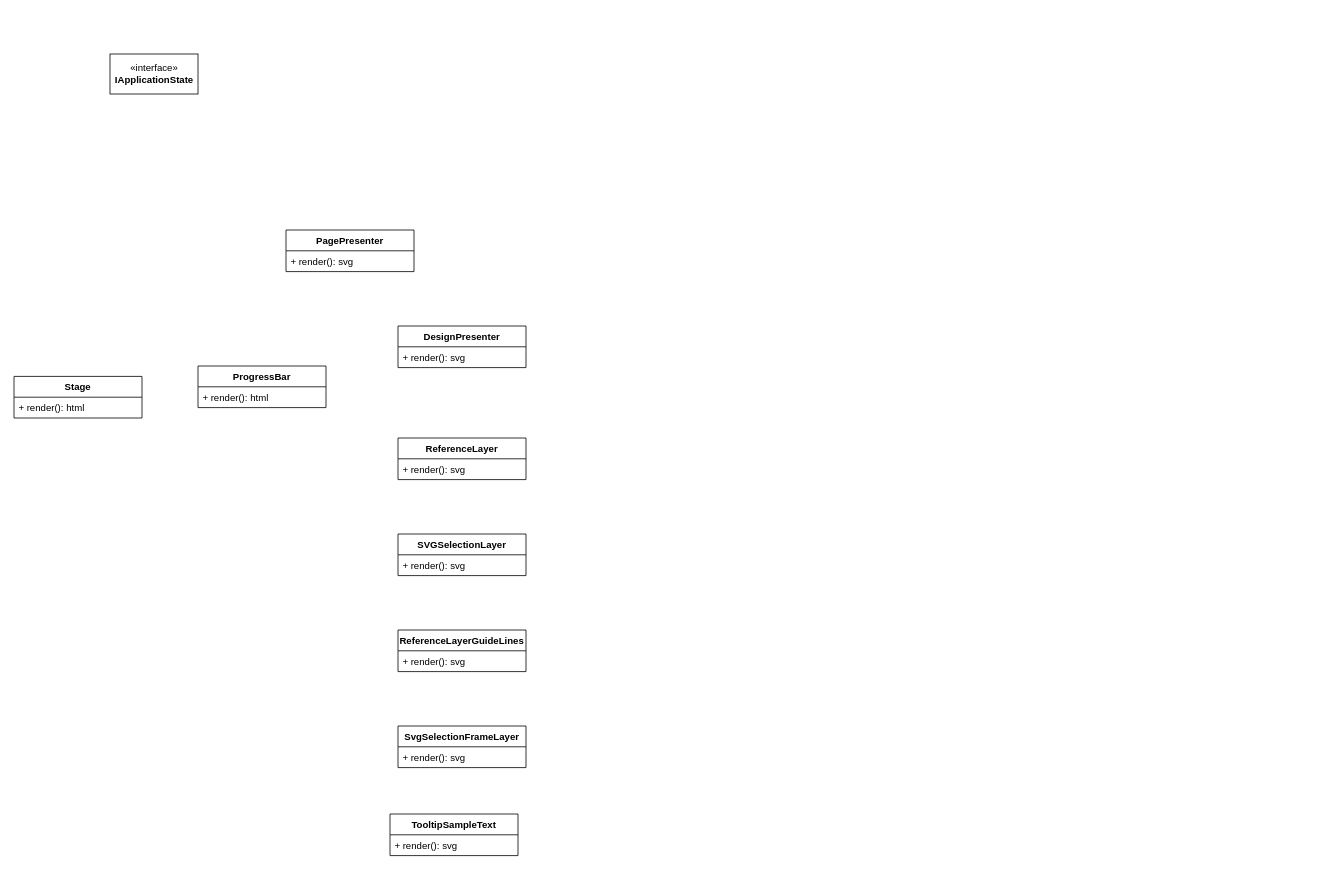
The draw.io diagram Arbeit/diagrams/Ist-Architektur/Designbearbeiten.drawio in albreax/Diplomarbeit, before the edit. Source tidied: cells renumbered, new cells numbered last; positions are measured from the earlier drawing's top-left corner, leaving out a move shared by most shapes. Both pictures are drawn from the tidied source at 80%, with x=0, y=0 at pixel (14, 54).
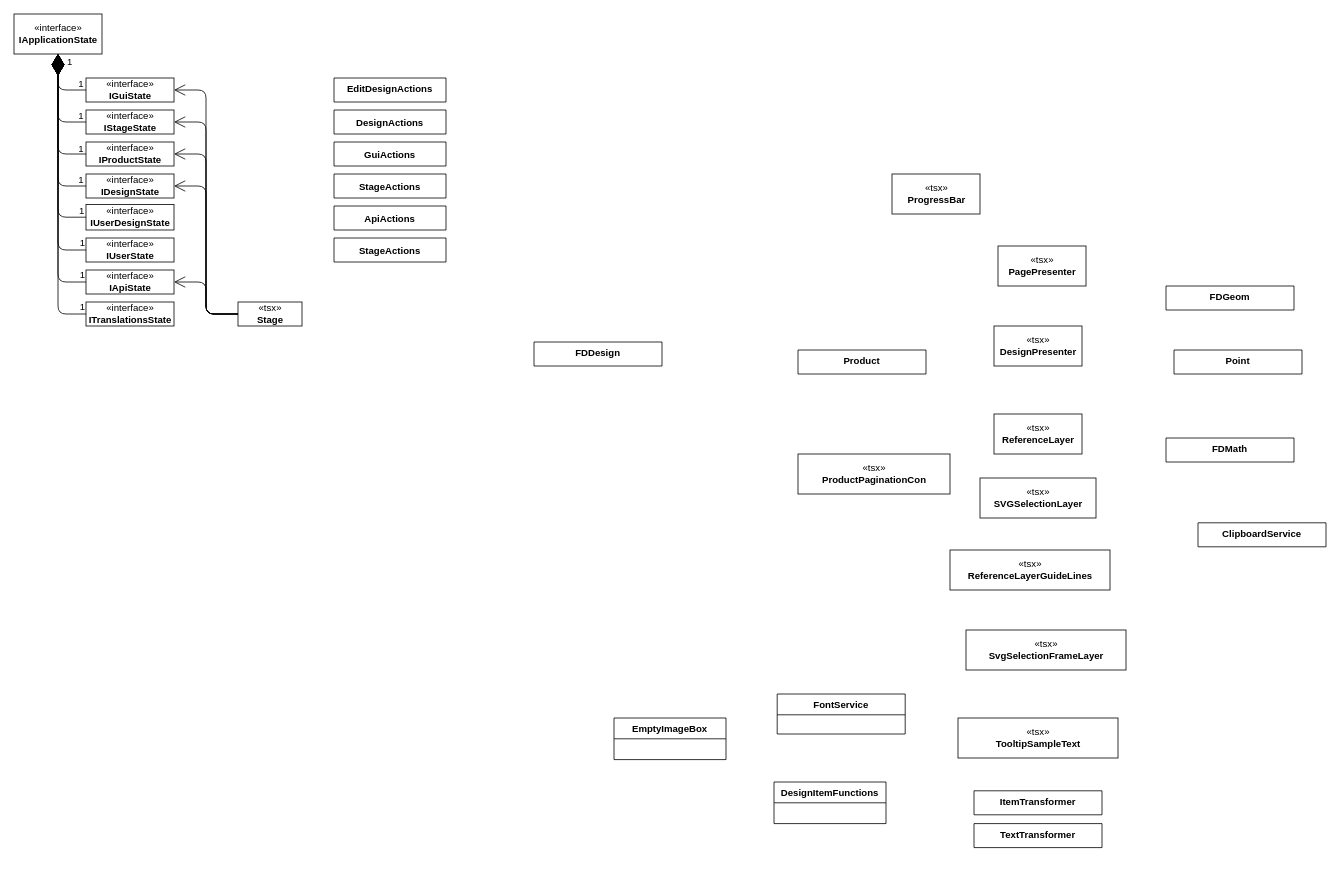
The same page after the edit.

What changed in the source:
```diff
@@
-    <mxCell id="2" value="Stage" style="swimlane;fontStyle=1;align=center;verticalAlign=top;horizontal=1;startSize=26;" parent="1" vertex="1">
-      <mxGeometry y="403" width="160" height="52" as="geometry" />
-    </mxCell>
-    <mxCell id="3" value="+ render(): html" style="text;strokeColor=none;fillColor=none;align=left;verticalAlign=top;spacingLeft=4;spacingRight=4;overflow=hidden;" parent="2" vertex="1">
-      <mxGeometry y="26" width="160" height="26" as="geometry" />
-    </mxCell>
-    <mxCell id="4" value="ProgressBar" style="swimlane;fontStyle=1;align=center;verticalAlign=top;horizontal=1;startSize=26;" parent="1" vertex="1">
-      <mxGeometry x="230" y="390" width="160" height="52" as="geometry" />
-    </mxCell>
-    <mxCell id="5" value="+ render(): html" style="text;strokeColor=none;fillColor=none;align=left;verticalAlign=top;spacingLeft=4;spacingRight=4;overflow=hidden;" parent="4" vertex="1">
-      <mxGeometry y="26" width="160" height="26" as="geometry" />
-    </mxCell>
-    <mxCell id="6" value="PagePresenter" style="swimlane;fontStyle=1;align=center;verticalAlign=top;horizontal=1;startSize=26;" parent="1" vertex="1">
-      <mxGeometry x="340" y="220" width="160" height="52" as="geometry" />
-    </mxCell>
-    <mxCell id="7" value="+ render(): svg" style="text;strokeColor=none;fillColor=none;align=left;verticalAlign=top;spacingLeft=4;spacingRight=4;overflow=hidden;" parent="6" vertex="1">
-      <mxGeometry y="26" width="160" height="26" as="geometry" />
-    </mxCell>
-    <mxCell id="8" value="DesignPresenter" style="swimlane;fontStyle=1;align=center;verticalAlign=top;horizontal=1;startSize=26;" parent="1" vertex="1">
-      <mxGeometry x="480" y="340" width="160" height="52" as="geometry" />
-    </mxCell>
-    <mxCell id="9" value="+ render(): svg" style="text;strokeColor=none;fillColor=none;align=left;verticalAlign=top;spacingLeft=4;spacingRight=4;overflow=hidden;" parent="8" vertex="1">
-      <mxGeometry y="26" width="160" height="26" as="geometry" />
-    </mxCell>
-    <mxCell id="10" value="ReferenceLayer" style="swimlane;fontStyle=1;align=center;verticalAlign=top;horizontal=1;startSize=26;" parent="1" vertex="1">
-      <mxGeometry x="480" y="480" width="160" height="52" as="geometry" />
-    </mxCell>
-    <mxCell id="11" value="+ render(): svg" style="text;strokeColor=none;fillColor=none;align=left;verticalAlign=top;spacingLeft=4;spacingRight=4;overflow=hidden;" parent="10" vertex="1">
-      <mxGeometry y="26" width="160" height="26" as="geometry" />
-    </mxCell>
-    <mxCell id="12" value="SVGSelectionLayer" style="swimlane;fontStyle=1;align=center;verticalAlign=top;horizontal=1;startSize=26;" parent="1" vertex="1">
-      <mxGeometry x="480" y="600" width="160" height="52" as="geometry" />
-    </mxCell>
-    <mxCell id="13" value="+ render(): svg" style="text;strokeColor=none;fillColor=none;align=left;verticalAlign=top;spacingLeft=4;spacingRight=4;overflow=hidden;" parent="12" vertex="1">
-      <mxGeometry y="26" width="160" height="26" as="geometry" />
-    </mxCell>
-    <mxCell id="14" value="ReferenceLayerGuideLines" style="swimlane;fontStyle=1;align=center;verticalAlign=top;horizontal=1;startSize=26;" parent="1" vertex="1">
-      <mxGeometry x="480" y="720" width="160" height="52" as="geometry" />
-    </mxCell>
-    <mxCell id="15" value="+ render(): svg" style="text;strokeColor=none;fillColor=none;align=left;verticalAlign=top;spacingLeft=4;spacingRight=4;overflow=hidden;" parent="14" vertex="1">
-      <mxGeometry y="26" width="160" height="26" as="geometry" />
-    </mxCell>
-    <mxCell id="16" value="SvgSelectionFrameLayer" style="swimlane;fontStyle=1;align=center;verticalAlign=top;horizontal=1;startSize=26;" parent="1" vertex="1">
-      <mxGeometry x="480" y="840" width="160" height="52" as="geometry" />
-    </mxCell>
-    <mxCell id="17" value="+ render(): svg" style="text;strokeColor=none;fillColor=none;align=left;verticalAlign=top;spacingLeft=4;spacingRight=4;overflow=hidden;" parent="16" vertex="1">
-      <mxGeometry y="26" width="160" height="26" as="geometry" />
-    </mxCell>
-    <mxCell id="18" value="TooltipSampleText" style="swimlane;fontStyle=1;align=center;verticalAlign=top;horizontal=1;startSize=26;" parent="1" vertex="1">
-      <mxGeometry x="470" y="950" width="160" height="52" as="geometry" />
-    </mxCell>
-    <mxCell id="19" value="+ render(): svg" style="text;strokeColor=none;fillColor=none;align=left;verticalAlign=top;spacingLeft=4;spacingRight=4;overflow=hidden;" parent="18" vertex="1">
-      <mxGeometry y="26" width="160" height="26" as="geometry" />
-    </mxCell>
+    <mxCell id="21" value="«tsx»&lt;br&gt;&lt;b&gt;Stage&lt;/b&gt;" style="html=1;" parent="1" vertex="1">
+      <mxGeometry x="280" y="310" width="80" height="30" as="geometry" />
+    </mxCell>
+    <mxCell id="22" value="«tsx»&lt;br&gt;&lt;span style=&quot;font-weight: bold&quot;&gt;ProgressBar&lt;/span&gt;" style="html=1;" parent="1" vertex="1">
+      <mxGeometry x="1097.5" y="150" width="110" height="50" as="geometry" />
+    </mxCell>
+    <mxCell id="23" value="«tsx»&lt;br&gt;&lt;span style=&quot;font-weight: bold&quot;&gt;PagePresenter&lt;/span&gt;" style="html=1;" parent="1" vertex="1">
+      <mxGeometry x="1230" y="240" width="110" height="50" as="geometry" />
+    </mxCell>
+    <mxCell id="24" value="«tsx»&lt;br&gt;&lt;span style=&quot;font-weight: bold&quot;&gt;DesignPresenter&lt;/span&gt;" style="html=1;" parent="1" vertex="1">
+      <mxGeometry x="1225" y="340" width="110" height="50" as="geometry" />
+    </mxCell>
+    <mxCell id="25" value="«tsx»&lt;br&gt;&lt;span style=&quot;font-weight: bold&quot;&gt;ReferenceLayer&lt;/span&gt;" style="html=1;" parent="1" vertex="1">
+      <mxGeometry x="1225" y="450" width="110" height="50" as="geometry" />
+    </mxCell>
+    <mxCell id="26" value="«tsx»&lt;br&gt;&lt;span style=&quot;font-weight: bold&quot;&gt;SVGSelectionLayer&lt;/span&gt;" style="html=1;" parent="1" vertex="1">
+      <mxGeometry x="1207.5" y="530" width="145" height="50" as="geometry" />
+    </mxCell>
+    <mxCell id="27" value="«tsx»&lt;br&gt;&lt;span style=&quot;font-weight: bold&quot;&gt;ReferenceLayerGuideLines&lt;/span&gt;" style="html=1;" parent="1" vertex="1">
+      <mxGeometry x="1170" y="620" width="200" height="50" as="geometry" />
+    </mxCell>
+    <mxCell id="28" value="«tsx»&lt;br&gt;&lt;span style=&quot;font-weight: bold&quot;&gt;SvgSelectionFrameLayer&lt;/span&gt;" style="html=1;" parent="1" vertex="1">
+      <mxGeometry x="1190" y="720" width="200" height="50" as="geometry" />
+    </mxCell>
+    <mxCell id="29" value="«tsx»&lt;br&gt;&lt;span style=&quot;font-weight: bold&quot;&gt;TooltipSampleText&lt;/span&gt;" style="html=1;" parent="1" vertex="1">
+      <mxGeometry x="1180" y="830" width="200" height="50" as="geometry" />
+    </mxCell>
+    <mxCell id="30" value="«tsx»&lt;br&gt;&lt;b&gt;ProductPaginationCon&lt;/b&gt;" style="html=1;" parent="1" vertex="1">
+      <mxGeometry x="980" y="500" width="190" height="50" as="geometry" />
+    </mxCell>
+    <mxCell id="31" value="EditDesignActions" style="swimlane;fontStyle=1;align=center;verticalAlign=top;horizontal=1;startSize=52;" parent="1" vertex="1">
+      <mxGeometry x="400" y="30" width="140" height="30" as="geometry" />
+    </mxCell>
+    <mxCell id="32" value="DesignActions" style="swimlane;fontStyle=1;horizontal=1;startSize=76;fillColor=none;" parent="1" vertex="1">
+      <mxGeometry x="400" y="70" width="140" height="30" as="geometry" />
+    </mxCell>
+    <mxCell id="33" value="GuiActions" style="swimlane;fontStyle=1;horizontal=1;startSize=52;fillColor=none;" parent="1" vertex="1">
+      <mxGeometry x="400" y="110" width="140" height="30" as="geometry" />
+    </mxCell>
+    <mxCell id="34" value="StageActions" style="swimlane;fontStyle=1;horizontal=1;startSize=52;fillColor=none;" parent="1" vertex="1">
+      <mxGeometry x="400" y="150" width="140" height="30" as="geometry" />
+    </mxCell>
+    <mxCell id="35" value="ApiActions" style="swimlane;fontStyle=1;horizontal=1;startSize=52;fillColor=none;" parent="1" vertex="1">
+      <mxGeometry x="400" y="190" width="140" height="30" as="geometry" />
+    </mxCell>
+    <mxCell id="36" value="StageActions" style="swimlane;fontStyle=1;horizontal=1;startSize=52;fillColor=none;" parent="1" vertex="1">
+      <mxGeometry x="400" y="230" width="140" height="30" as="geometry" />
+    </mxCell>
+    <mxCell id="37" value="FontService" style="swimlane;fontStyle=1;align=center;verticalAlign=top;horizontal=1;startSize=26;" parent="1" vertex="1">
+      <mxGeometry x="954" y="800" width="160" height="50" as="geometry" />
+    </mxCell>
+    <mxCell id="38" value="EmptyImageBox" style="swimlane;fontStyle=1;horizontal=1;startSize=26;fillColor=none;" parent="1" vertex="1">
+      <mxGeometry x="750" y="830" width="140" height="52" as="geometry" />
+    </mxCell>
+    <mxCell id="39" value="DesignItemFunctions" style="swimlane;fontStyle=1;horizontal=1;startSize=26;fillColor=none;" parent="1" vertex="1">
+      <mxGeometry x="950" y="910" width="140" height="52" as="geometry" />
+    </mxCell>
+    <mxCell id="40" value="ItemTransformer" style="swimlane;fontStyle=1;align=center;verticalAlign=top;horizontal=1;startSize=34;" parent="1" vertex="1">
+      <mxGeometry x="1200" y="921" width="160" height="30" as="geometry" />
+    </mxCell>
+    <mxCell id="41" value="TextTransformer" style="swimlane;fontStyle=1;align=center;verticalAlign=top;horizontal=1;startSize=34;" parent="1" vertex="1">
+      <mxGeometry x="1200" y="962" width="160" height="30" as="geometry" />
+    </mxCell>
+    <mxCell id="42" value="FDDesign" style="swimlane;fontStyle=1;align=center;verticalAlign=top;horizontal=1;startSize=34;" parent="1" vertex="1">
+      <mxGeometry x="650" y="360" width="160" height="30" as="geometry" />
+    </mxCell>
+    <mxCell id="43" value="Product" style="swimlane;fontStyle=1;align=center;verticalAlign=top;horizontal=1;startSize=52;" parent="1" vertex="1">
+      <mxGeometry x="980" y="370" width="160" height="30" as="geometry" />
+    </mxCell>
+    <mxCell id="44" value="FDGeom" style="swimlane;fontStyle=1;align=center;verticalAlign=top;horizontal=1;startSize=50;" parent="1" vertex="1">
+      <mxGeometry x="1440" y="290" width="160" height="30" as="geometry" />
+    </mxCell>
+    <mxCell id="45" value="Point" style="swimlane;fontStyle=1;align=center;verticalAlign=top;horizontal=1;startSize=50;" parent="1" vertex="1">
+      <mxGeometry x="1450" y="370" width="160" height="30" as="geometry" />
+    </mxCell>
+    <mxCell id="46" value="FDMath" style="swimlane;fontStyle=1;align=center;verticalAlign=top;horizontal=1;startSize=50;" parent="1" vertex="1">
+      <mxGeometry x="1440" y="480" width="160" height="30" as="geometry" />
+    </mxCell>
+    <mxCell id="47" value="ClipboardService" style="swimlane;fontStyle=1;align=center;verticalAlign=top;horizontal=1;startSize=50;" parent="1" vertex="1">
+      <mxGeometry x="1480" y="586" width="160" height="30" as="geometry" />
+    </mxCell>
+    <mxCell id="48" style="group;" parent="1" vertex="1">
+      <mxGeometry y="-50" width="200" height="390" as="geometry" />
+    </mxCell>
+    <mxCell id="49" style="group;" parent="48" vertex="1">
+      <mxGeometry width="200" height="390" as="geometry" />
+    </mxCell>
-    <mxCell id="20" value="«interface»&lt;br&gt;&lt;b&gt;IApplicationState&lt;/b&gt;" style="html=1;" parent="1" vertex="1">
-      <mxGeometry x="120" width="110" height="50" as="geometry" />
+    <mxCell id="20" value="«interface»&lt;br&gt;&lt;b&gt;IApplicationState&lt;/b&gt;" style="html=1;" parent="49" vertex="1">
+      <mxGeometry width="110" height="50" as="geometry" />
     </mxCell>
+    <mxCell id="50" value="«interface»&lt;br&gt;&lt;b&gt;IGuiState&lt;/b&gt;" style="html=1;" parent="49" vertex="1">
+      <mxGeometry x="90" y="80" width="110" height="30" as="geometry" />
+    </mxCell>
+    <mxCell id="51" value="«interface»&lt;br&gt;&lt;b&gt;IStageState&lt;/b&gt;" style="html=1;" parent="49" vertex="1">
+      <mxGeometry x="90" y="120" width="110" height="30" as="geometry" />
+    </mxCell>
+    <mxCell id="52" value="«interface»&lt;br&gt;&lt;b&gt;IProductState&lt;/b&gt;" style="html=1;" parent="49" vertex="1">
+      <mxGeometry x="90" y="160" width="110" height="30" as="geometry" />
+    </mxCell>
+    <mxCell id="53" value="«interface»&lt;br&gt;&lt;b&gt;IDesignState&lt;/b&gt;" style="html=1;" parent="49" vertex="1">
+      <mxGeometry x="90" y="200" width="110" height="30" as="geometry" />
+    </mxCell>
+    <mxCell id="54" value="«interface»&lt;br&gt;&lt;b&gt;IApiState&lt;/b&gt;" style="html=1;" parent="49" vertex="1">
+      <mxGeometry x="90" y="320" width="110" height="30" as="geometry" />
+    </mxCell>
+    <mxCell id="55" value="«interface»&lt;br&gt;&lt;b&gt;ITranslationsState&lt;/b&gt;" style="html=1;" parent="49" vertex="1">
+      <mxGeometry x="90" y="360" width="110" height="30" as="geometry" />
+    </mxCell>
+    <mxCell id="56" value="«interface»&lt;br&gt;&lt;b&gt;IUserState&lt;/b&gt;" style="html=1;" parent="49" vertex="1">
+      <mxGeometry x="90" y="280" width="110" height="30" as="geometry" />
+    </mxCell>
+    <mxCell id="57" value="«interface»&lt;br&gt;&lt;b&gt;IUserDesignState&lt;/b&gt;" style="html=1;" parent="49" vertex="1">
+      <mxGeometry x="90" y="238" width="110" height="32" as="geometry" />
+    </mxCell>
+    <mxCell id="58" style="endArrow=diamondThin;endFill=1;endSize=24;html=1;entryX=0.5;entryY=1;entryDx=0;entryDy=0;exitX=0;exitY=0.5;exitDx=0;exitDy=0;jumpSize=6;" parent="49" edge="1" source="50" target="20">
+      <mxGeometry relative="1" as="geometry">
+        <Array as="points">
+          <mxPoint x="55" y="95" />
+        </Array>
+      </mxGeometry>
+    </mxCell>
+    <mxCell id="59" style="endArrow=diamondThin;endFill=1;endSize=24;html=1;entryX=0.5;entryY=1;entryDx=0;entryDy=0;exitX=0;exitY=0.5;exitDx=0;exitDy=0;" parent="49" edge="1" source="51" target="20">
+      <mxGeometry relative="1" as="geometry">
+        <Array as="points">
+          <mxPoint x="55" y="135" />
+        </Array>
+      </mxGeometry>
+    </mxCell>
+    <mxCell id="60" style="endArrow=diamondThin;endFill=1;endSize=24;html=1;entryX=0.5;entryY=1;entryDx=0;entryDy=0;exitX=0;exitY=0.5;exitDx=0;exitDy=0;" parent="49" edge="1" source="52" target="20">
+      <mxGeometry relative="1" as="geometry">
+        <Array as="points">
+          <mxPoint x="55" y="175" />
+        </Array>
+      </mxGeometry>
+    </mxCell>
+    <mxCell id="61" style="endArrow=diamondThin;endFill=1;endSize=24;html=1;entryX=0.5;entryY=1;entryDx=0;entryDy=0;exitX=0;exitY=0.5;exitDx=0;exitDy=0;" parent="49" edge="1" source="53" target="20">
+      <mxGeometry relative="1" as="geometry">
+        <Array as="points">
+          <mxPoint x="55" y="215" />
+        </Array>
+      </mxGeometry>
+    </mxCell>
+    <mxCell id="62" style="endArrow=diamondThin;endFill=1;endSize=24;html=1;entryX=0.5;entryY=1;entryDx=0;entryDy=0;exitX=0;exitY=0.5;exitDx=0;exitDy=0;" parent="49" edge="1" source="57" target="20">
+      <mxGeometry relative="1" as="geometry">
+        <Array as="points">
+          <mxPoint x="55" y="254" />
+        </Array>
+      </mxGeometry>
+    </mxCell>
+    <mxCell id="63" style="endArrow=diamondThin;endFill=1;endSize=24;html=1;exitX=0;exitY=0.5;exitDx=0;exitDy=0;" parent="49" edge="1" source="56" target="20">
+      <mxGeometry relative="1" as="geometry">
+        <Array as="points">
+          <mxPoint x="55" y="295" />
+        </Array>
+      </mxGeometry>
+    </mxCell>
+    <mxCell id="64" style="endArrow=diamondThin;endFill=1;endSize=24;html=1;entryX=0.5;entryY=1;entryDx=0;entryDy=0;exitX=0;exitY=0.5;exitDx=0;exitDy=0;" parent="49" edge="1" source="54" target="20">
+      <mxGeometry relative="1" as="geometry">
+        <Array as="points">
+          <mxPoint x="55" y="335" />
+        </Array>
+      </mxGeometry>
+    </mxCell>
+    <mxCell id="65" style="endArrow=diamondThin;endFill=1;endSize=24;html=1;entryX=0.5;entryY=1;entryDx=0;entryDy=0;exitX=0;exitY=0.5;exitDx=0;exitDy=0;" parent="49" edge="1" source="55" target="20">
+      <mxGeometry relative="1" as="geometry">
+        <Array as="points">
+          <mxPoint x="55" y="375" />
+        </Array>
+      </mxGeometry>
+    </mxCell>
+    <mxCell id="66" value="1" style="text;html=1;strokeColor=none;fillColor=none;align=center;verticalAlign=middle;whiteSpace=wrap;rounded=0;" parent="49" vertex="1">
+      <mxGeometry x="50" y="50" width="40" height="20" as="geometry" />
+    </mxCell>
+    <mxCell id="67" value="1" style="text;html=1;strokeColor=none;fillColor=none;align=center;verticalAlign=middle;whiteSpace=wrap;rounded=0;" parent="49" vertex="1">
+      <mxGeometry x="64" y="78" width="40" height="20" as="geometry" />
+    </mxCell>
+    <mxCell id="68" value="1" style="text;html=1;strokeColor=none;fillColor=none;align=center;verticalAlign=middle;whiteSpace=wrap;rounded=0;" parent="49" vertex="1">
+      <mxGeometry x="64" y="118" width="40" height="20" as="geometry" />
+    </mxCell>
+    <mxCell id="69" value="1" style="text;html=1;strokeColor=none;fillColor=none;align=center;verticalAlign=middle;whiteSpace=wrap;rounded=0;" parent="49" vertex="1">
+      <mxGeometry x="64" y="159" width="40" height="20" as="geometry" />
+    </mxCell>
+    <mxCell id="70" value="1" style="text;html=1;strokeColor=none;fillColor=none;align=center;verticalAlign=middle;whiteSpace=wrap;rounded=0;" parent="49" vertex="1">
+      <mxGeometry x="64" y="198" width="40" height="20" as="geometry" />
+    </mxCell>
+    <mxCell id="71" value="1" style="text;html=1;strokeColor=none;fillColor=none;align=center;verticalAlign=middle;whiteSpace=wrap;rounded=0;" parent="48" vertex="1">
+      <mxGeometry x="65" y="236" width="40" height="20" as="geometry" />
+    </mxCell>
+    <mxCell id="72" value="1" style="text;html=1;strokeColor=none;fillColor=none;align=center;verticalAlign=middle;whiteSpace=wrap;rounded=0;" parent="48" vertex="1">
+      <mxGeometry x="66" y="277" width="40" height="20" as="geometry" />
+    </mxCell>
+    <mxCell id="73" value="1" style="text;html=1;strokeColor=none;fillColor=none;align=center;verticalAlign=middle;whiteSpace=wrap;rounded=0;" parent="48" vertex="1">
+      <mxGeometry x="66" y="317" width="40" height="20" as="geometry" />
+    </mxCell>
+    <mxCell id="74" value="1" style="text;html=1;strokeColor=none;fillColor=none;align=center;verticalAlign=middle;whiteSpace=wrap;rounded=0;" parent="48" vertex="1">
+      <mxGeometry x="66" y="357" width="40" height="20" as="geometry" />
+    </mxCell>
+    <mxCell id="75" style="endArrow=open;endFill=1;endSize=12;html=1;exitX=0;exitY=0.5;exitDx=0;exitDy=0;" parent="1" edge="1" source="21">
+      <mxGeometry relative="1" as="geometry">
+        <mxPoint x="200" y="85" as="targetPoint" />
+        <Array as="points">
+          <mxPoint x="240" y="325" />
+          <mxPoint x="240" y="85" />
+        </Array>
+      </mxGeometry>
+    </mxCell>
+    <mxCell id="76" style="endArrow=open;endFill=1;endSize=12;html=1;entryX=1;entryY=0.5;entryDx=0;entryDy=0;exitX=0;exitY=0.5;exitDx=0;exitDy=0;" parent="1" edge="1" source="21" target="52">
+      <mxGeometry relative="1" as="geometry">
+        <Array as="points">
+          <mxPoint x="240" y="325" />
+          <mxPoint x="240" y="125" />
+        </Array>
+      </mxGeometry>
+    </mxCell>
+    <mxCell id="77" style="endArrow=open;endFill=1;endSize=12;html=1;exitX=0;exitY=0.5;exitDx=0;exitDy=0;entryX=1;entryY=0.5;entryDx=0;entryDy=0;" parent="1" edge="1" source="21" target="50">
+      <mxGeometry relative="1" as="geometry">
+        <Array as="points">
+          <mxPoint x="240" y="325" />
+          <mxPoint x="240" y="45" />
+        </Array>
+      </mxGeometry>
+    </mxCell>
+    <mxCell id="78" style="endArrow=open;endFill=1;endSize=12;html=1;entryX=1;entryY=0.5;entryDx=0;entryDy=0;exitX=0;exitY=0.5;exitDx=0;exitDy=0;" parent="1" edge="1" source="21" target="53">
+      <mxGeometry relative="1" as="geometry">
+        <Array as="points">
+          <mxPoint x="240" y="325" />
+          <mxPoint x="240" y="165" />
+        </Array>
+      </mxGeometry>
+    </mxCell>
+    <mxCell id="79" style="endArrow=open;endFill=1;endSize=12;html=1;entryX=1;entryY=0.5;entryDx=0;entryDy=0;exitX=0;exitY=0.5;exitDx=0;exitDy=0;" parent="1" edge="1" source="21" target="54">
+      <mxGeometry relative="1" as="geometry">
+        <Array as="points">
+          <mxPoint x="240" y="325" />
+          <mxPoint x="240" y="285" />
+        </Array>
+      </mxGeometry>
+    </mxCell>
```
